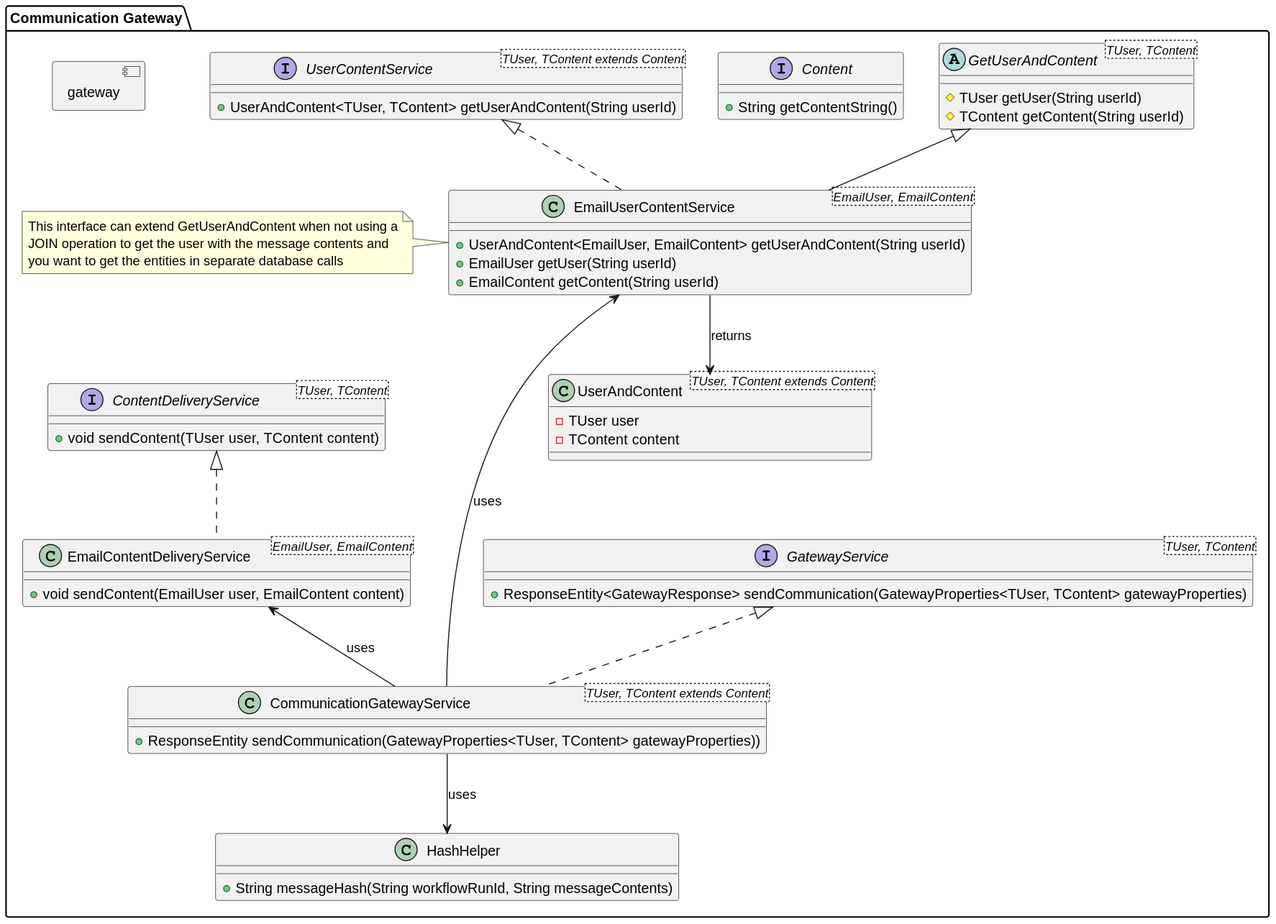
This is Designs/Images/System Context/Components/GatewayInterfacesUserAndContent.svg from CameronWard301/communication_scheduler, a PlantUML export, as it was before one commit.
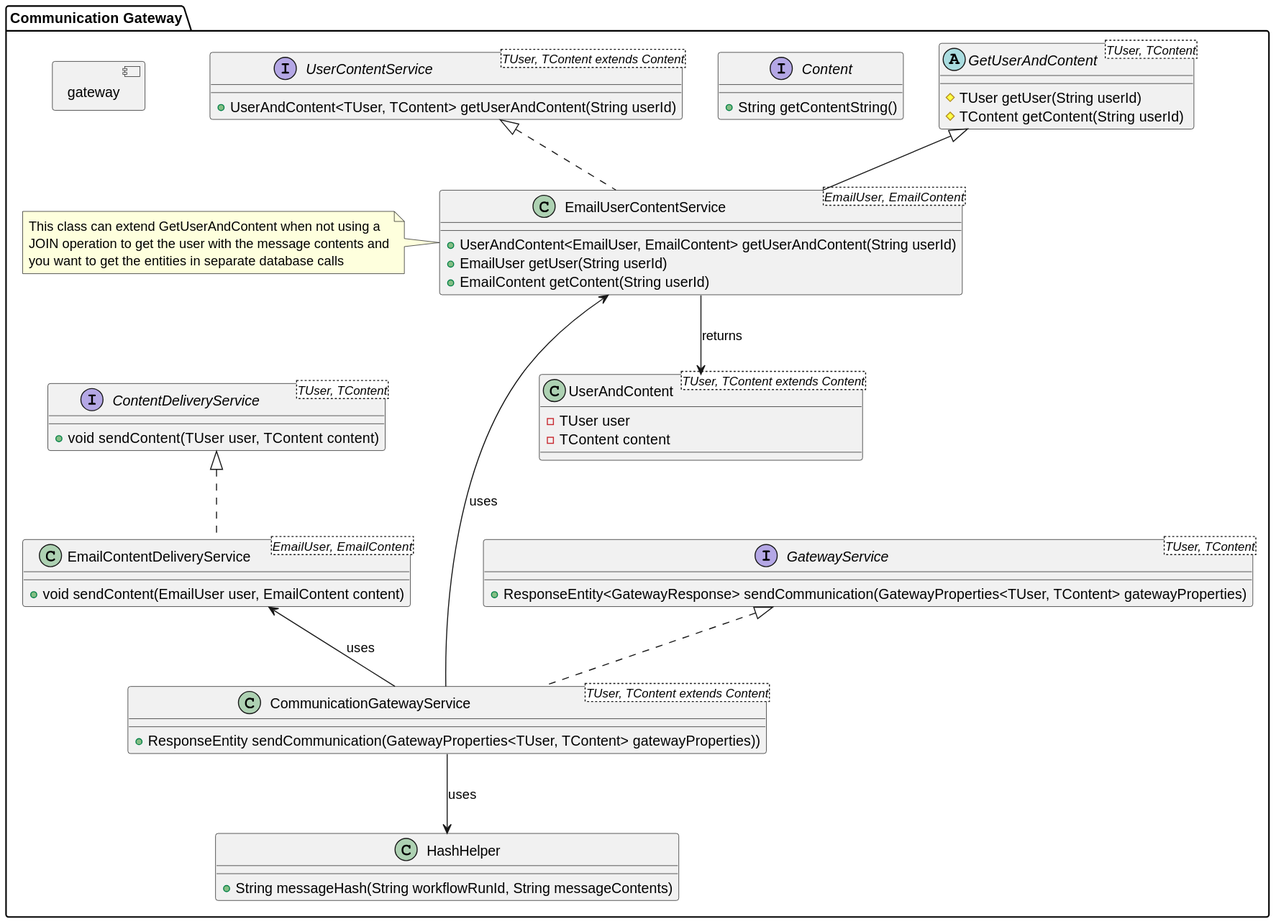
Above is the later version.

Change to the diagram source:
```diff
@@ -51,7 +51,7 @@
     }
 
    note left of EmailUserContentService
-        This interface can extend GetUserAndContent when not using a
+        This class can extend GetUserAndContent when not using a
         JOIN operation to get the user with the message contents and
         you want to get the entities in separate database calls
    end note
```
